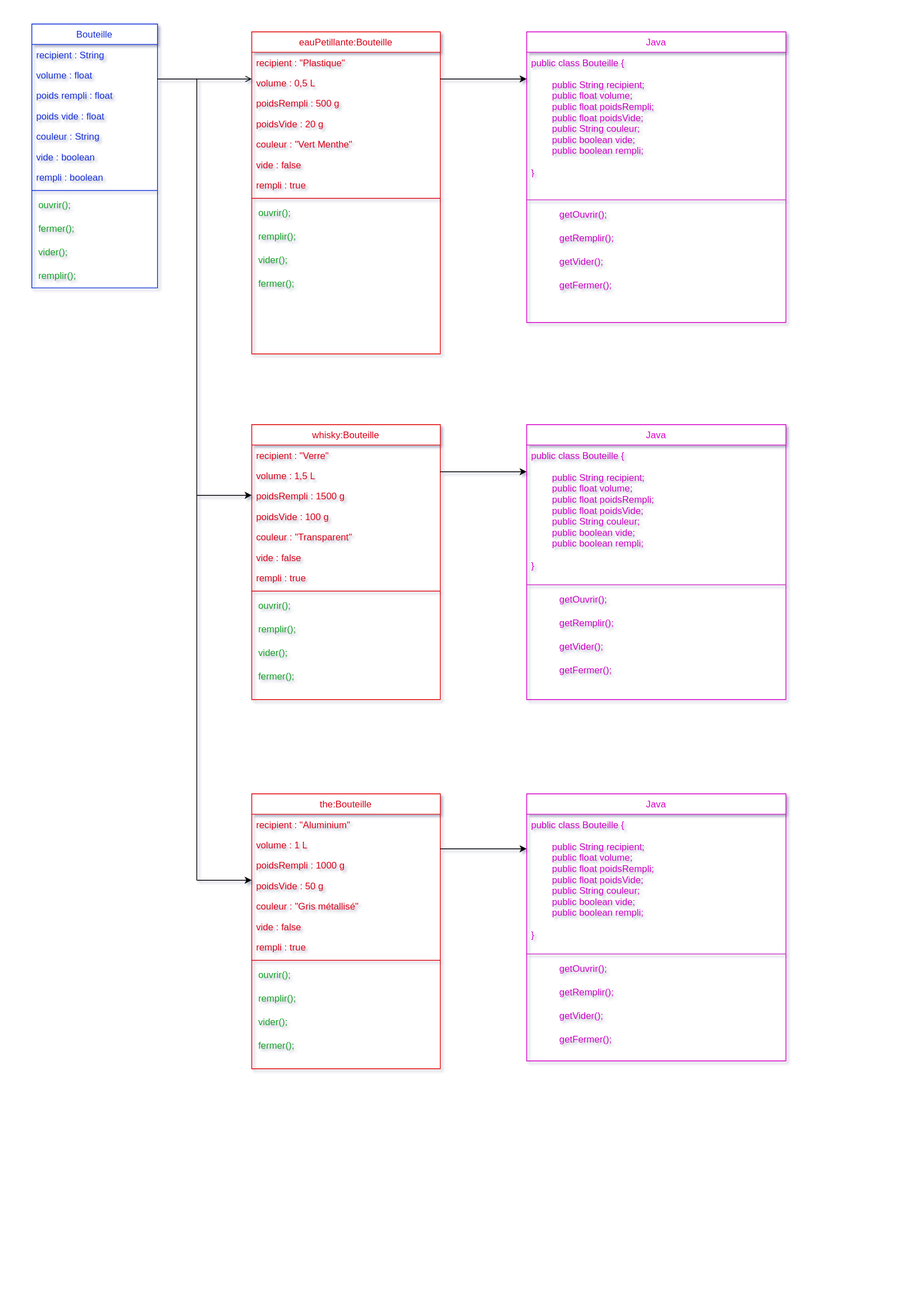
mickmick54/ABC_2211_MC keeps this draw.io diagram as objet/bouteille.drawio.svg. Above is the earlier version. Source tidied: cells renumbered, new cells last; positions are measured from the earlier drawing's top-left corner, leaving out a move shared by most shapes.
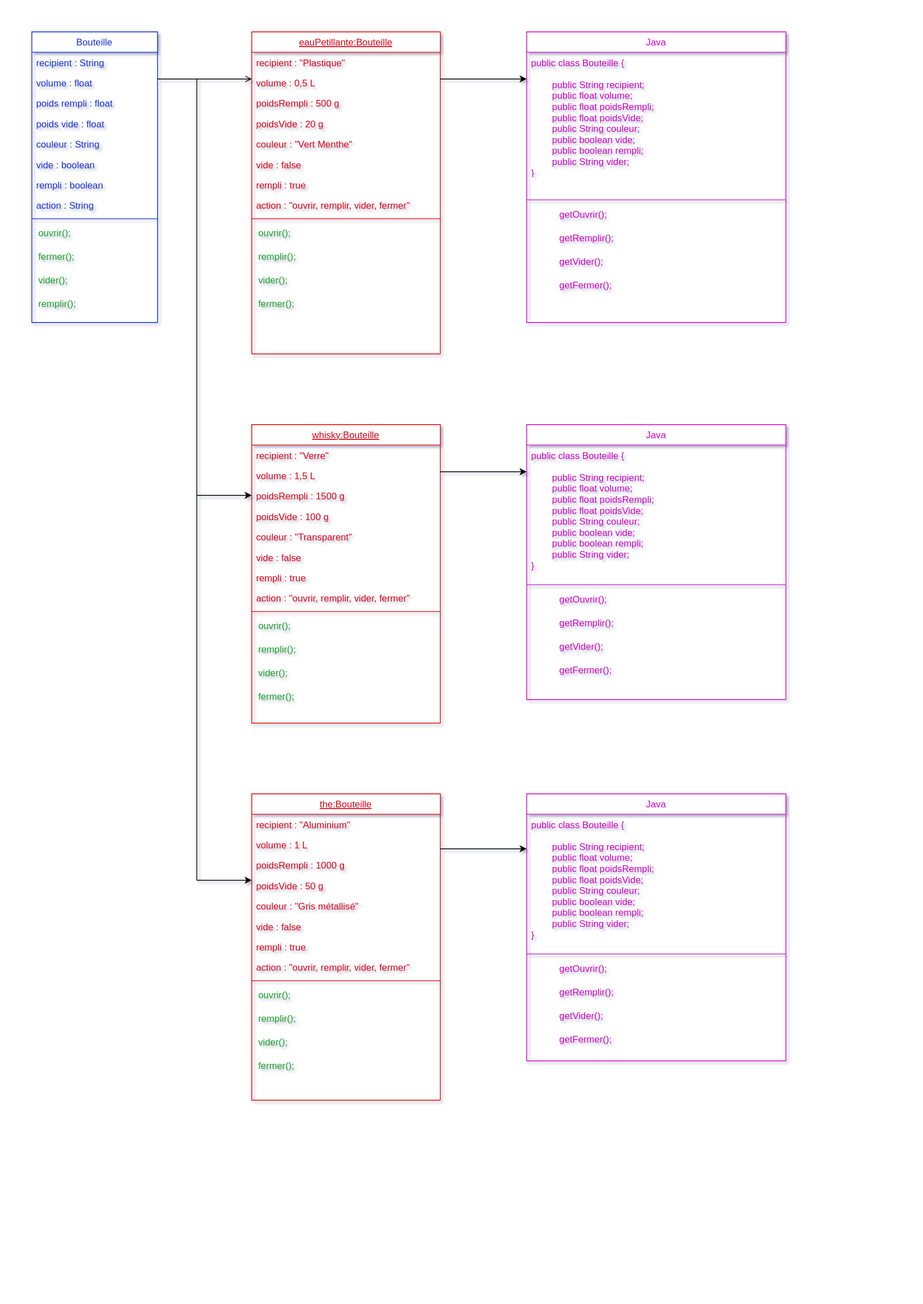
After the change.

Change to the diagram source:
```diff
@@ -3,7 +3,7 @@
     <mxCell id="0" />
     <mxCell id="1" parent="0" />
     <mxCell id="2" value="Bouteille" style="swimlane;fontStyle=0;align=center;verticalAlign=top;horizontal=1;startSize=26;rounded=0;shadow=0;strokeWidth=1;strokeColor=#082bd9;fontColor=#1930d6;" parent="1" vertex="1">
-      <mxGeometry width="160" height="336" as="geometry" />
+      <mxGeometry y="10" width="160" height="370" as="geometry" />
     </mxCell>
     <mxCell id="3" value="recipient : String" style="text;align=left;verticalAlign=top;spacingLeft=4;spacingRight=4;overflow=hidden;fontColor=#1930d6;" parent="2" vertex="1">
       <mxGeometry y="26" width="160" height="26" as="geometry" />
@@ -26,22 +26,25 @@
     <mxCell id="9" value="rempli : boolean&#10;" style="text;align=left;verticalAlign=top;spacingLeft=4;spacingRight=4;overflow=hidden;fontColor=#1930d6;" parent="2" vertex="1">
       <mxGeometry y="182" width="160" height="26" as="geometry" />
     </mxCell>
+    <mxCell id="83" value="action : String&#10;" style="text;align=left;verticalAlign=top;spacingLeft=4;spacingRight=4;overflow=hidden;fontColor=#1930d6;" parent="2" vertex="1">
+      <mxGeometry y="208" width="160" height="26" as="geometry" />
+    </mxCell>
     <mxCell id="10" style="line;html=1;strokeWidth=1;align=left;verticalAlign=middle;spacingTop=-1;spacingLeft=3;spacingRight=3;labelPosition=right;fontColor=#1930d6;strokeColor=#1930d6;" parent="2" vertex="1">
-      <mxGeometry y="208" width="160" height="8" as="geometry" />
+      <mxGeometry y="234" width="160" height="8" as="geometry" />
     </mxCell>
     <mxCell id="11" value="&amp;nbsp; ouvrir();" style="text;html=1;align=left;verticalAlign=middle;strokeColor=none;fillColor=none;fontColor=#18a028;" parent="2" vertex="1">
-      <mxGeometry y="216" width="160" height="30" as="geometry" />
+      <mxGeometry y="242" width="160" height="30" as="geometry" />
     </mxCell>
     <mxCell id="12" value="&amp;nbsp; fermer();" style="text;html=1;align=left;verticalAlign=middle;strokeColor=none;fillColor=none;fontColor=#18a028;" parent="2" vertex="1">
-      <mxGeometry y="246" width="160" height="30" as="geometry" />
+      <mxGeometry y="272" width="160" height="30" as="geometry" />
     </mxCell>
     <mxCell id="13" value="&amp;nbsp; vider();" style="text;html=1;align=left;verticalAlign=middle;strokeColor=none;fillColor=none;fontColor=#18a028;" parent="2" vertex="1">
-      <mxGeometry y="276" width="160" height="30" as="geometry" />
+      <mxGeometry y="302" width="160" height="30" as="geometry" />
     </mxCell>
     <mxCell id="14" value="&amp;nbsp; remplir();" style="text;html=1;align=left;verticalAlign=middle;strokeColor=none;fillColor=none;fontColor=#18a028;" parent="2" vertex="1">
-      <mxGeometry y="306" width="160" height="30" as="geometry" />
+      <mxGeometry y="332" width="160" height="30" as="geometry" />
     </mxCell>
-    <mxCell id="15" value="eauPetillante:Bouteille" style="swimlane;fontStyle=0;align=center;verticalAlign=top;horizontal=1;startSize=26;rounded=0;shadow=0;strokeWidth=1;strokeColor=#e10505;fontColor=#d90016;" parent="1" vertex="1">
+    <mxCell id="15" value="eauPetillante:Bouteille" style="swimlane;fontStyle=4;align=center;verticalAlign=top;horizontal=1;startSize=26;rounded=0;shadow=0;strokeWidth=1;strokeColor=#e10505;fontColor=#d90016;" parent="1" vertex="1">
       <mxGeometry x="280" y="10" width="240" height="410" as="geometry" />
     </mxCell>
     <mxCell id="16" value="recipient : &quot;Plastique&quot;" style="text;align=left;verticalAlign=top;spacingLeft=4;spacingRight=4;overflow=hidden;fontColor=#d90016;" parent="15" vertex="1">
@@ -65,20 +68,23 @@
     <mxCell id="22" value="rempli : true" style="text;align=left;verticalAlign=top;spacingLeft=4;spacingRight=4;overflow=hidden;rounded=0;shadow=0;html=0;fontColor=#d90016;" parent="15" vertex="1">
       <mxGeometry y="182" width="240" height="26" as="geometry" />
     </mxCell>
+    <mxCell id="84" value="action : &quot;ouvrir, remplir, vider, fermer&quot;" style="text;align=left;verticalAlign=top;spacingLeft=4;spacingRight=4;overflow=hidden;rounded=0;shadow=0;html=0;fontColor=#d90016;" parent="15" vertex="1">
+      <mxGeometry y="208" width="240" height="26" as="geometry" />
+    </mxCell>
     <mxCell id="23" style="line;html=1;strokeWidth=1;align=left;verticalAlign=middle;spacingTop=-1;spacingLeft=3;spacingRight=3;labelPosition=right;strokeColor=#d90016;" parent="15" vertex="1">
-      <mxGeometry y="208" width="240" height="8" as="geometry" />
+      <mxGeometry y="234" width="240" height="8" as="geometry" />
     </mxCell>
     <mxCell id="24" value="&amp;nbsp; ouvrir();" style="text;html=1;align=left;verticalAlign=middle;strokeColor=none;fillColor=none;fontColor=#18a028;" parent="15" vertex="1">
-      <mxGeometry y="216" width="240" height="30" as="geometry" />
+      <mxGeometry y="242" width="240" height="30" as="geometry" />
     </mxCell>
     <mxCell id="25" value="&amp;nbsp; remplir();" style="text;html=1;align=left;verticalAlign=middle;strokeColor=none;fillColor=none;fontColor=#18a028;" parent="15" vertex="1">
-      <mxGeometry y="246" width="240" height="30" as="geometry" />
+      <mxGeometry y="272" width="240" height="30" as="geometry" />
     </mxCell>
     <mxCell id="26" value="&amp;nbsp; vider();" style="text;html=1;align=left;verticalAlign=middle;strokeColor=none;fillColor=none;fontColor=#18a028;" parent="15" vertex="1">
-      <mxGeometry y="276" width="240" height="30" as="geometry" />
+      <mxGeometry y="302" width="240" height="30" as="geometry" />
     </mxCell>
     <mxCell id="27" value="&amp;nbsp; fermer();" style="text;html=1;align=left;verticalAlign=middle;strokeColor=none;fillColor=none;fontColor=#18a028;" parent="15" vertex="1">
-      <mxGeometry y="306" width="240" height="30" as="geometry" />
+      <mxGeometry y="332" width="240" height="30" as="geometry" />
     </mxCell>
     <mxCell id="28" style="endArrow=open;shadow=0;strokeWidth=1;rounded=0;endFill=1;edgeStyle=elbowEdgeStyle;elbow=vertical;" parent="1" edge="1" source="2" target="15">
       <mxGeometry x="0.5" y="41" relative="1" as="geometry">
@@ -101,8 +107,8 @@
         <mxPoint x="280" y="600" as="targetPoint" />
       </mxGeometry>
     </mxCell>
-    <mxCell id="31" value="whisky:Bouteille" style="swimlane;fontStyle=0;align=center;verticalAlign=top;horizontal=1;startSize=26;rounded=0;shadow=0;strokeWidth=1;strokeColor=#e10505;fontColor=#d90016;" parent="1" vertex="1">
-      <mxGeometry x="280" y="510" width="240" height="350" as="geometry" />
+    <mxCell id="31" value="whisky:Bouteille" style="swimlane;fontStyle=4;align=center;verticalAlign=top;horizontal=1;startSize=26;rounded=0;shadow=0;strokeWidth=1;strokeColor=#e10505;fontColor=#d90016;" parent="1" vertex="1">
+      <mxGeometry x="280" y="510" width="240" height="380" as="geometry" />
     </mxCell>
     <mxCell id="32" value="recipient : &quot;Verre&quot;" style="text;align=left;verticalAlign=top;spacingLeft=4;spacingRight=4;overflow=hidden;fontColor=#d90016;" parent="31" vertex="1">
       <mxGeometry y="26" width="240" height="26" as="geometry" />
@@ -125,23 +131,26 @@
     <mxCell id="38" value="rempli : true" style="text;align=left;verticalAlign=top;spacingLeft=4;spacingRight=4;overflow=hidden;rounded=0;shadow=0;html=0;fontColor=#d90016;" parent="31" vertex="1">
       <mxGeometry y="182" width="240" height="26" as="geometry" />
     </mxCell>
+    <mxCell id="85" value="action : &quot;ouvrir, remplir, vider, fermer&quot;" style="text;align=left;verticalAlign=top;spacingLeft=4;spacingRight=4;overflow=hidden;rounded=0;shadow=0;html=0;fontColor=#d90016;" parent="31" vertex="1">
+      <mxGeometry y="208" width="240" height="26" as="geometry" />
+    </mxCell>
     <mxCell id="39" style="line;html=1;strokeWidth=1;align=left;verticalAlign=middle;spacingTop=-1;spacingLeft=3;spacingRight=3;labelPosition=right;strokeColor=#d90016;" parent="31" vertex="1">
-      <mxGeometry y="208" width="240" height="8" as="geometry" />
+      <mxGeometry y="234" width="240" height="8" as="geometry" />
     </mxCell>
     <mxCell id="40" value="&amp;nbsp; ouvrir();" style="text;html=1;align=left;verticalAlign=middle;strokeColor=none;fillColor=none;fontColor=#18a028;" parent="31" vertex="1">
-      <mxGeometry y="216" width="240" height="30" as="geometry" />
+      <mxGeometry y="242" width="240" height="30" as="geometry" />
     </mxCell>
     <mxCell id="41" value="&amp;nbsp; remplir();" style="text;html=1;align=left;verticalAlign=middle;strokeColor=none;fillColor=none;fontColor=#18a028;" parent="31" vertex="1">
-      <mxGeometry y="246" width="240" height="30" as="geometry" />
+      <mxGeometry y="272" width="240" height="30" as="geometry" />
     </mxCell>
     <mxCell id="42" value="&amp;nbsp; vider();" style="text;html=1;align=left;verticalAlign=middle;strokeColor=none;fillColor=none;fontColor=#18a028;" parent="31" vertex="1">
-      <mxGeometry y="276" width="240" height="30" as="geometry" />
+      <mxGeometry y="302" width="240" height="30" as="geometry" />
     </mxCell>
     <mxCell id="43" value="&amp;nbsp; fermer();" style="text;html=1;align=left;verticalAlign=middle;strokeColor=none;fillColor=none;fontColor=#18a028;" parent="31" vertex="1">
-      <mxGeometry y="306" width="240" height="30" as="geometry" />
+      <mxGeometry y="332" width="240" height="30" as="geometry" />
     </mxCell>
-    <mxCell id="44" value="the:Bouteille" style="swimlane;fontStyle=0;align=center;verticalAlign=top;horizontal=1;startSize=26;rounded=0;shadow=0;strokeWidth=1;strokeColor=#e10505;fontColor=#d90016;" parent="1" vertex="1">
-      <mxGeometry x="280" y="980" width="240" height="350" as="geometry" />
+    <mxCell id="44" value="the:Bouteille" style="swimlane;fontStyle=4;align=center;verticalAlign=top;horizontal=1;startSize=26;rounded=0;shadow=0;strokeWidth=1;strokeColor=#e10505;fontColor=#d90016;" parent="1" vertex="1">
+      <mxGeometry x="280" y="980" width="240" height="390" as="geometry" />
     </mxCell>
     <mxCell id="45" value="recipient : &quot;Aluminium&quot;" style="text;align=left;verticalAlign=top;spacingLeft=4;spacingRight=4;overflow=hidden;fontColor=#d90016;" parent="44" vertex="1">
       <mxGeometry y="26" width="240" height="26" as="geometry" />
@@ -164,20 +173,23 @@
     <mxCell id="51" value="rempli : true" style="text;align=left;verticalAlign=top;spacingLeft=4;spacingRight=4;overflow=hidden;rounded=0;shadow=0;html=0;fontColor=#d90016;" parent="44" vertex="1">
       <mxGeometry y="182" width="240" height="26" as="geometry" />
     </mxCell>
+    <mxCell id="86" value="action : &quot;ouvrir, remplir, vider, fermer&quot;" style="text;align=left;verticalAlign=top;spacingLeft=4;spacingRight=4;overflow=hidden;rounded=0;shadow=0;html=0;fontColor=#d90016;" parent="44" vertex="1">
+      <mxGeometry y="208" width="240" height="26" as="geometry" />
+    </mxCell>
     <mxCell id="52" style="line;html=1;strokeWidth=1;align=left;verticalAlign=middle;spacingTop=-1;spacingLeft=3;spacingRight=3;labelPosition=right;strokeColor=#d90016;" parent="44" vertex="1">
-      <mxGeometry y="208" width="240" height="8" as="geometry" />
+      <mxGeometry y="234" width="240" height="8" as="geometry" />
     </mxCell>
     <mxCell id="53" value="&amp;nbsp; ouvrir();" style="text;html=1;align=left;verticalAlign=middle;strokeColor=none;fillColor=none;fontColor=#18a028;" parent="44" vertex="1">
-      <mxGeometry y="216" width="240" height="30" as="geometry" />
+      <mxGeometry y="242" width="240" height="30" as="geometry" />
     </mxCell>
     <mxCell id="54" value="&amp;nbsp; remplir();" style="text;html=1;align=left;verticalAlign=middle;strokeColor=none;fillColor=none;fontColor=#18a028;" parent="44" vertex="1">
-      <mxGeometry y="246" width="240" height="30" as="geometry" />
+      <mxGeometry y="272" width="240" height="30" as="geometry" />
     </mxCell>
     <mxCell id="55" value="&amp;nbsp; vider();" style="text;html=1;align=left;verticalAlign=middle;strokeColor=none;fillColor=none;fontColor=#18a028;" parent="44" vertex="1">
-      <mxGeometry y="276" width="240" height="30" as="geometry" />
+      <mxGeometry y="302" width="240" height="30" as="geometry" />
     </mxCell>
     <mxCell id="56" value="&amp;nbsp; fermer();" style="text;html=1;align=left;verticalAlign=middle;strokeColor=none;fillColor=none;fontColor=#18a028;" parent="44" vertex="1">
-      <mxGeometry y="306" width="240" height="30" as="geometry" />
+      <mxGeometry y="332" width="240" height="30" as="geometry" />
     </mxCell>
     <mxCell id="57" style="endArrow=classic;html=1;rounded=0;fontColor=#d90016;" parent="1" edge="1">
       <mxGeometry relative="1" as="geometry">
@@ -188,7 +200,7 @@
     <mxCell id="58" value="Java" style="swimlane;fontStyle=0;align=center;verticalAlign=top;horizontal=1;startSize=26;rounded=0;shadow=0;strokeWidth=1;strokeColor=#d400c7;fontColor=#db00c9;" parent="1" vertex="1">
       <mxGeometry x="630" y="10" width="330" height="370" as="geometry" />
     </mxCell>
-    <mxCell id="59" value="public class Bouteille {&#10;&#10;        public String recipient;&#10;        public float volume;&#10;        public float poidsRempli;&#10;        public float poidsVide;&#10;        public String couleur;&#10;        public boolean vide;&#10;        public boolean rempli;&#10;&#10;}" style="text;align=left;verticalAlign=top;spacingLeft=4;spacingRight=4;overflow=hidden;fontColor=#cd00c5;" parent="58" vertex="1">
+    <mxCell id="59" value="public class Bouteille {&#10;&#10;        public String recipient;&#10;        public float volume;&#10;        public float poidsRempli;&#10;        public float poidsVide;&#10;        public String couleur;&#10;        public boolean vide;&#10;        public boolean rempli;&#10;        public String vider;&#10;}" style="text;align=left;verticalAlign=top;spacingLeft=4;spacingRight=4;overflow=hidden;fontColor=#cd00c5;" parent="58" vertex="1">
       <mxGeometry y="26" width="330" height="154" as="geometry" />
     </mxCell>
     <mxCell id="60" value="&lt;span style=&quot;white-space: pre;&quot;&gt;&#9;&lt;/span&gt;" style="text;html=1;align=left;verticalAlign=middle;strokeColor=none;fillColor=none;fontColor=#cd00c5;" parent="58" vertex="1">
@@ -230,7 +242,7 @@
     <mxCell id="69" value="Java" style="swimlane;fontStyle=0;align=center;verticalAlign=top;horizontal=1;startSize=26;rounded=0;shadow=0;strokeWidth=1;strokeColor=#d400c7;fontColor=#db00c9;" parent="1" vertex="1">
       <mxGeometry x="630" y="510" width="330" height="350" as="geometry" />
     </mxCell>
-    <mxCell id="70" value="public class Bouteille {&#10;&#10;        public String recipient;&#10;        public float volume;&#10;        public float poidsRempli;&#10;        public float poidsVide;&#10;        public String couleur;&#10;        public boolean vide;&#10;        public boolean rempli;&#10;&#10;}" style="text;align=left;verticalAlign=top;spacingLeft=4;spacingRight=4;overflow=hidden;fontColor=#cd00c5;" parent="69" vertex="1">
+    <mxCell id="70" value="public class Bouteille {&#10;&#10;        public String recipient;&#10;        public float volume;&#10;        public float poidsRempli;&#10;        public float poidsVide;&#10;        public String couleur;&#10;        public boolean vide;&#10;        public boolean rempli;&#10;        public String vider;&#10;}" style="text;align=left;verticalAlign=top;spacingLeft=4;spacingRight=4;overflow=hidden;fontColor=#cd00c5;" parent="69" vertex="1">
       <mxGeometry y="26" width="330" height="174" as="geometry" />
     </mxCell>
     <mxCell id="71" style="line;html=1;strokeWidth=1;align=left;verticalAlign=middle;spacingTop=-1;spacingLeft=3;spacingRight=3;labelPosition=right;strokeColor=#d33ace;" parent="69" vertex="1">
@@ -251,7 +263,7 @@
     <mxCell id="76" value="Java" style="swimlane;fontStyle=0;align=center;verticalAlign=top;horizontal=1;startSize=26;rounded=0;shadow=0;strokeWidth=1;strokeColor=#d400c7;fontColor=#db00c9;" parent="1" vertex="1">
       <mxGeometry x="630" y="980" width="330" height="340" as="geometry" />
     </mxCell>
-    <mxCell id="77" value="public class Bouteille {&#10;&#10;        public String recipient;&#10;        public float volume;&#10;        public float poidsRempli;&#10;        public float poidsVide;&#10;        public String couleur;&#10;        public boolean vide;&#10;        public boolean rempli;&#10;&#10;}" style="text;align=left;verticalAlign=top;spacingLeft=4;spacingRight=4;overflow=hidden;fontColor=#cd00c5;" parent="76" vertex="1">
+    <mxCell id="77" value="public class Bouteille {&#10;&#10;        public String recipient;&#10;        public float volume;&#10;        public float poidsRempli;&#10;        public float poidsVide;&#10;        public String couleur;&#10;        public boolean vide;&#10;        public boolean rempli;&#10;        public String vider;&#10;}" style="text;align=left;verticalAlign=top;spacingLeft=4;spacingRight=4;overflow=hidden;fontColor=#cd00c5;" parent="76" vertex="1">
       <mxGeometry y="26" width="330" height="174" as="geometry" />
     </mxCell>
     <mxCell id="78" style="line;html=1;strokeWidth=1;align=left;verticalAlign=middle;spacingTop=-1;spacingLeft=3;spacingRight=3;labelPosition=right;strokeColor=#d33ace;" parent="76" vertex="1">
```
